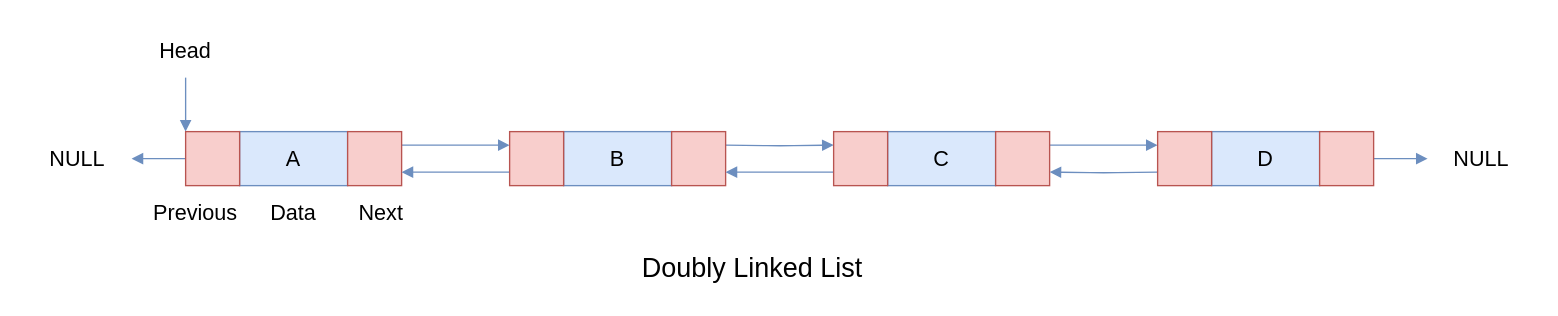
XuShaohua/TheAlgorithms keeps this draw.io diagram as src/list/assets/doubly-linked-list.drawio. Above is the earlier version. Source tidied: cells renumbered, new cells numbered last; positions are measured from the earlier drawing's top-left corner, leaving out a move shared by most shapes. Both pictures are drawn from the tidied source at 135%, with x=0, y=0 at pixel (23, 23).
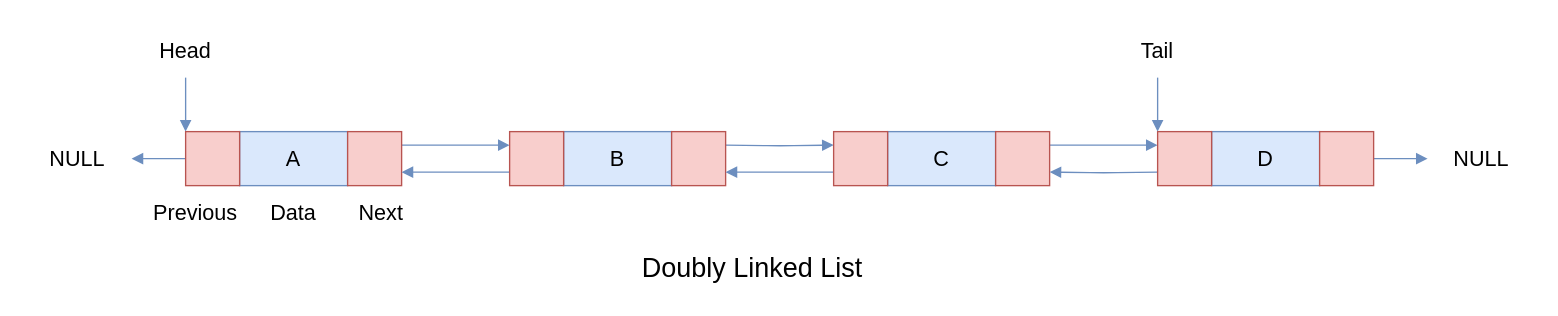
The same diagram, later.

Unchanged cells that the change refers to:
```xml
<mxCell id="27" style="rounded=0;whiteSpace=wrap;html=1;shadow=0;strokeColor=#b85450;strokeWidth=1;fontFamily=Ubuntu;fontSize=16;fontStyle=0;fillColor=#f8cecc;" parent="1" vertex="1">
  <mxGeometry x="840" y="80" width="40" height="40" as="geometry" />
</mxCell>
```

Diff of the diagram source:
```diff
@@
+    <mxCell id="30" style="edgeStyle=orthogonalEdgeStyle;rounded=1;jettySize=auto;html=1;entryX=0;entryY=0;entryDx=0;entryDy=0;shadow=0;strokeColor=#6c8ebf;strokeWidth=1;fontFamily=Ubuntu;fontSize=14;fontStyle=0;endArrow=block;endFill=1;fillColor=#dae8fc;" parent="1" edge="1" source="31" target="27">
+      <mxGeometry relative="1" as="geometry" />
+    </mxCell>
+    <mxCell id="31" value="Tail" style="text;html=1;align=center;verticalAlign=middle;whiteSpace=wrap;rounded=0;fontFamily=Ubuntu;fontSize=16;fontStyle=0;" parent="1" vertex="1">
+      <mxGeometry x="800" width="80" height="40" as="geometry" />
+    </mxCell>
```
